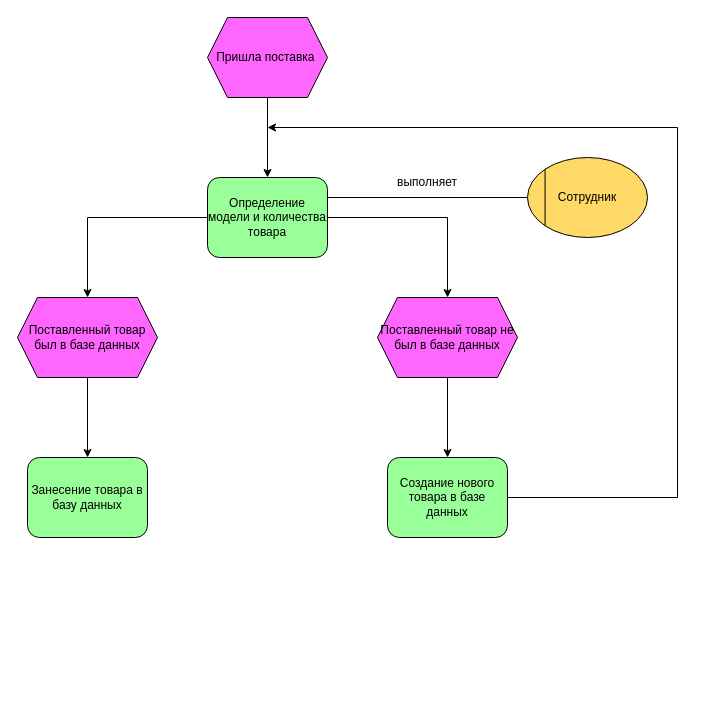
The draw.io diagram Алгоритмическая модель.drawio in marsek4/ssp, before the edit. Source tidied: cells renumbered, new cells numbered last; positions are measured from the earlier drawing's top-left corner, leaving out a move shared by most shapes. Both pictures are drawn from the tidied source at 100%, with x=0, y=0 at pixel (17, 17).
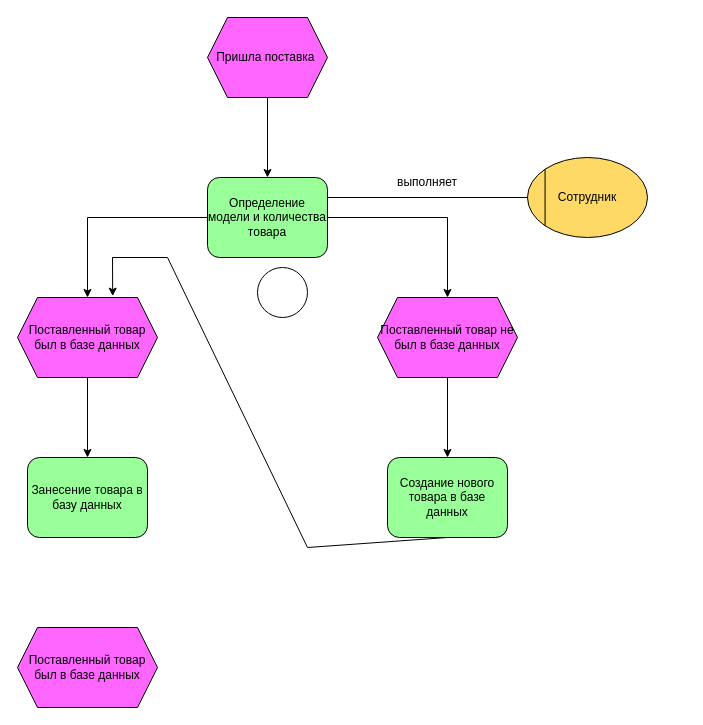
Above is the later version.

The change refers to these unchanged cells:
```xml
<mxCell id="5" value="Поставленный товар был в базе данных" style="shape=hexagon;perimeter=hexagonPerimeter2;whiteSpace=wrap;html=1;fixedSize=1;fillColor=#FF66FF;" parent="1" vertex="1">
  <mxGeometry y="280" width="140" height="80" as="geometry" />
</mxCell>
<mxCell id="11" value="Создание нового товара в базе данных" style="rounded=1;whiteSpace=wrap;html=1;fillColor=#99FF99;" parent="1" vertex="1">
  <mxGeometry x="370" y="440" width="120" height="80" as="geometry" />
</mxCell>
```

Change to the diagram source:
```diff
@@
-    <mxCell id="17" style="endArrow=classic;html=1;rounded=0;exitX=1;exitY=0.5;exitDx=0;exitDy=0;" parent="1" edge="1" source="11">
-      <mxGeometry relative="1" as="geometry">
-        <mxPoint x="250" y="110" as="targetPoint" />
-        <Array as="points">
-          <mxPoint x="660" y="480" />
-          <mxPoint x="660" y="110" />
-        </Array>
-      </mxGeometry>
-    </mxCell>
+    <mxCell id="18" style="ellipse;whiteSpace=wrap;html=1;" parent="1" vertex="1">
+      <mxGeometry x="240" y="250" width="50" height="50" as="geometry" />
+    </mxCell>
+    <mxCell id="19" value="Поставленный товар был в базе данных" style="shape=hexagon;perimeter=hexagonPerimeter2;whiteSpace=wrap;html=1;fixedSize=1;fillColor=#FF66FF;" parent="1" vertex="1">
+      <mxGeometry y="610" width="140" height="80" as="geometry" />
+    </mxCell>
+    <mxCell id="20" style="endArrow=classic;html=1;rounded=0;entryX=0.68;entryY=-0.017;entryDx=0;entryDy=0;exitX=0.5;exitY=1;exitDx=0;exitDy=0;entryPerimeter=0;" parent="1" edge="1" source="11" target="5">
+      <mxGeometry relative="1" as="geometry">
+        <Array as="points">
+          <mxPoint x="290" y="530" />
+          <mxPoint x="150" y="240" />
+          <mxPoint x="95" y="240" />
+        </Array>
+      </mxGeometry>
+    </mxCell>
```
